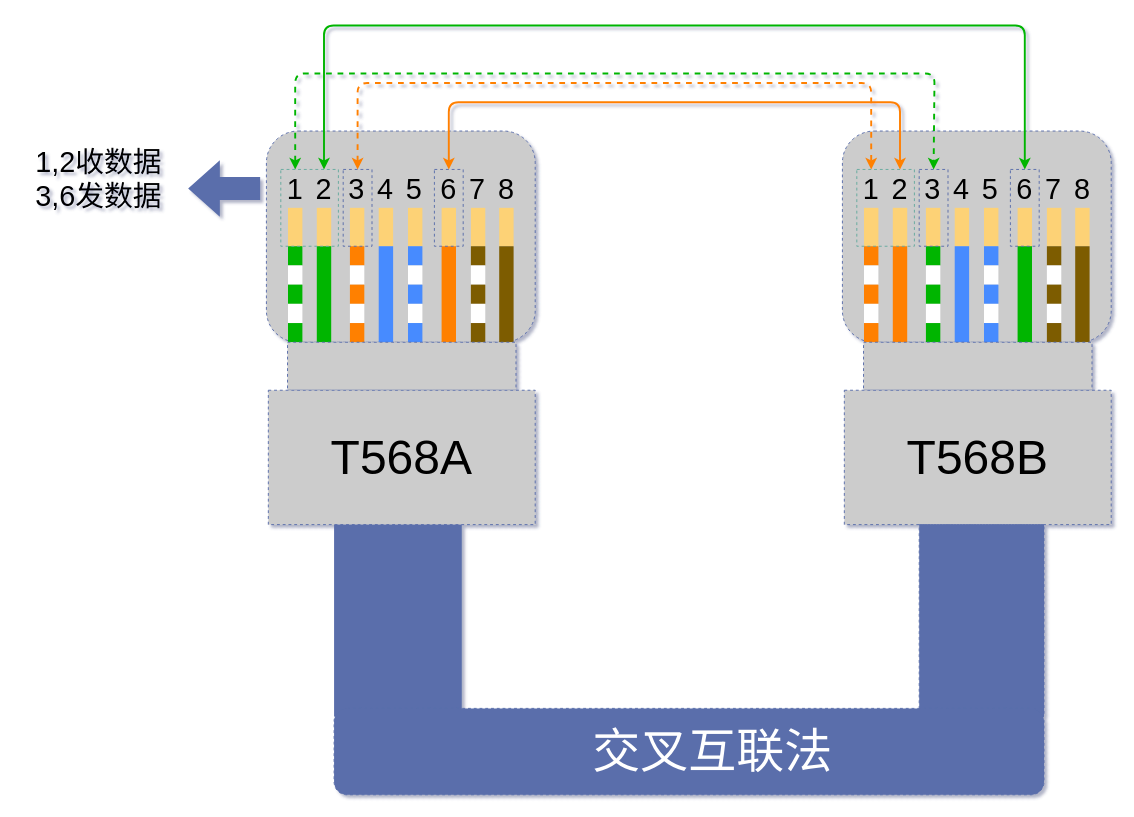
Earlier version of the draw.io diagram network/交叉互联法.drawio (xiaobaiTech/image). Source tidied: cells renumbered, new cells numbered last; positions are measured from the earlier drawing's top-left corner, leaving out a move shared by most shapes. Both pictures are drawn from the tidied source at 96%, with x=0, y=0 at pixel (16, 25).
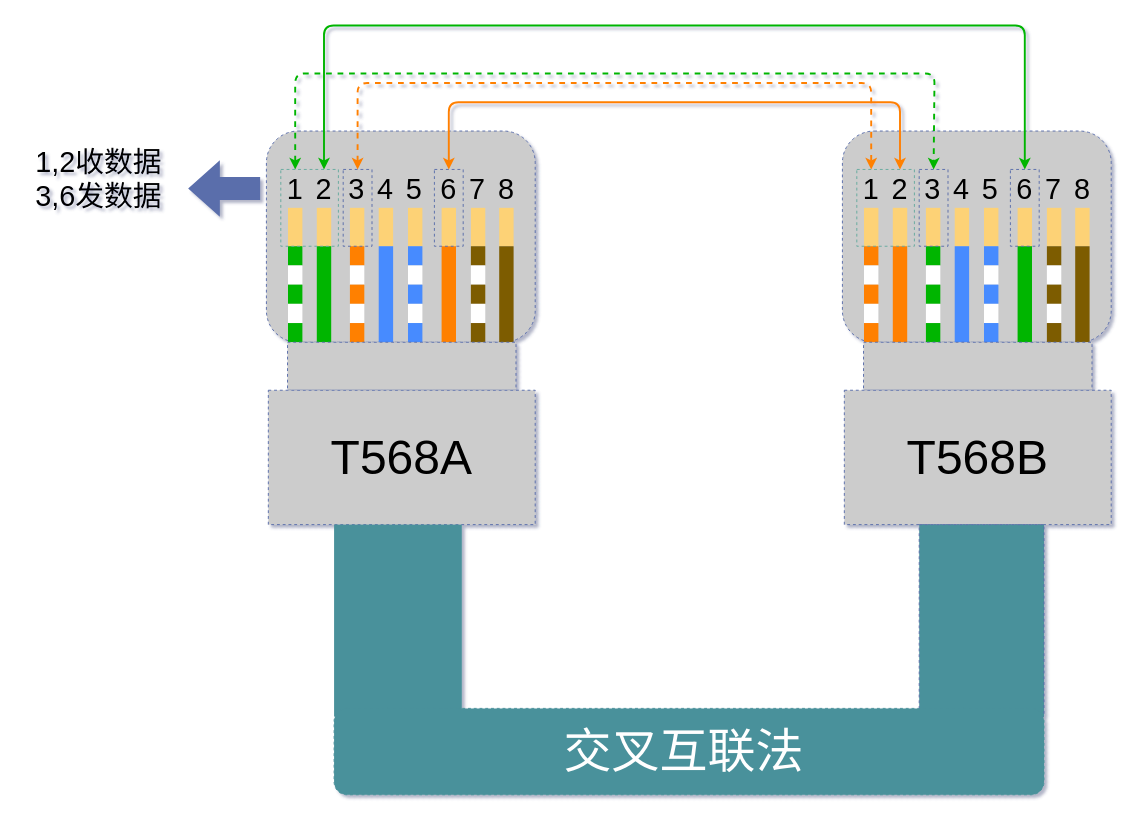
The same diagram, later.

Commit message:
Update 交叉互联法.drawio

The edit, as a diff of the source:
```diff
@@
-    <mxCell id="96" style="rounded=0;whiteSpace=wrap;html=1;shadow=0;dashed=1;fillColor=#5A6EAB;strokeColor=none;" parent="1" vertex="1">
+    <mxCell id="96" style="rounded=0;whiteSpace=wrap;html=1;shadow=0;dashed=1;strokeColor=none;fontColor=#4A919B;fillColor=#4A919B;" parent="1" vertex="1">
       <mxGeometry x="330.5" y="520" width="133" height="200" as="geometry" />
     </mxCell>
-    <mxCell id="97" style="rounded=0;whiteSpace=wrap;html=1;shadow=0;dashed=1;strokeColor=#5A6EAB;fillColor=#5A6EAB;" parent="1" vertex="1">
+    <mxCell id="97" style="rounded=0;whiteSpace=wrap;html=1;shadow=0;dashed=1;strokeColor=#5A6EAB;fillColor=#4A919B;" parent="1" vertex="1">
       <mxGeometry x="940" y="520" width="130" height="200" as="geometry" />
     </mxCell>
-    <mxCell id="98" style="rounded=1;whiteSpace=wrap;html=1;shadow=0;dashed=1;strokeColor=#5A6EAB;fillColor=#5A6EAB;" parent="1" vertex="1">
+    <mxCell id="98" style="rounded=1;whiteSpace=wrap;html=1;shadow=0;dashed=1;strokeColor=#4A919B;fillColor=#4A919B;" parent="1" vertex="1">
       <mxGeometry x="330.5" y="711.4" width="739.5" height="90" as="geometry" />
     </mxCell>
@@
     <mxCell id="103" value="&lt;font style=&quot;font-size: 50px&quot;&gt;交叉互联法&lt;/font&gt;" style="text;html=1;strokeColor=none;fillColor=none;align=center;verticalAlign=middle;whiteSpace=wrap;rounded=0;shadow=0;dashed=1;labelBackgroundColor=none;fontColor=#FFFFFF;" parent="1" vertex="1">
-      <mxGeometry x="590" y="751.4" width="270" height="10" as="geometry" />
+      <mxGeometry x="560" y="751.4" width="270" height="10" as="geometry" />
     </mxCell>
```
